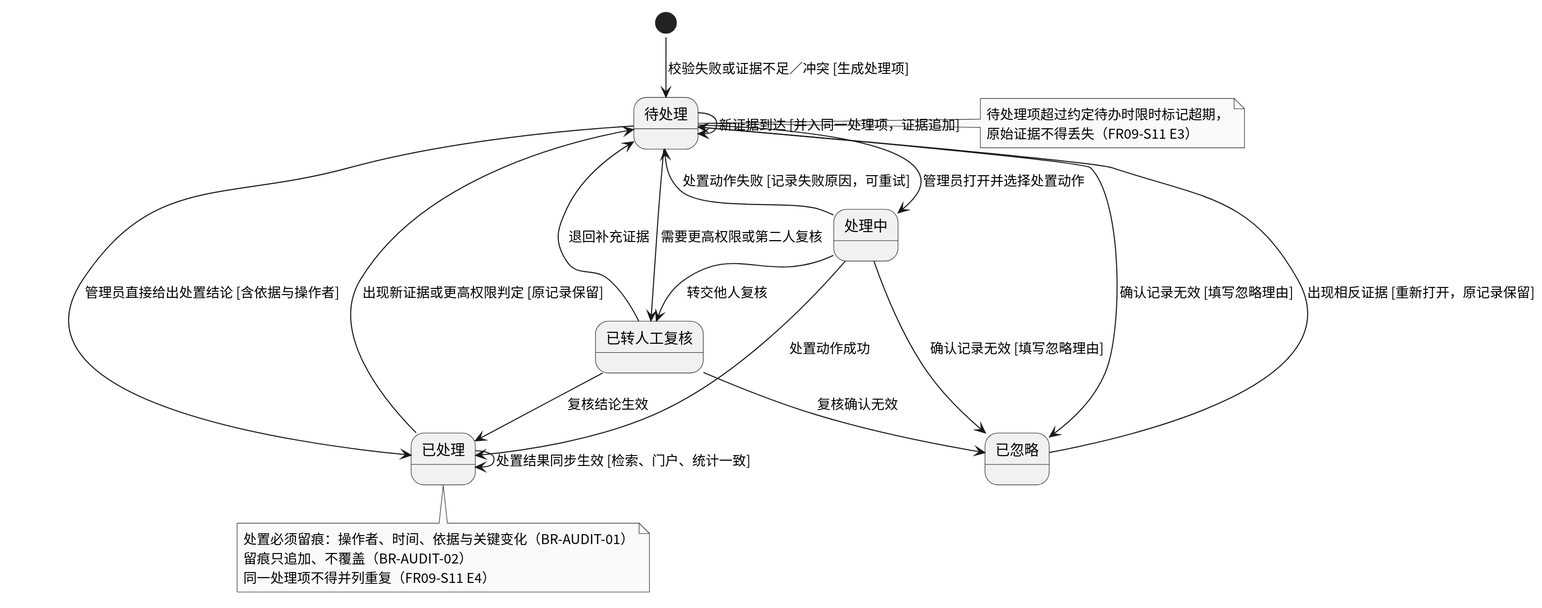
The PlantUML diagram docs/uml/governance/generated/governance-exception-state.svg in CognitaNexus/CognitaNexus, before a commit.
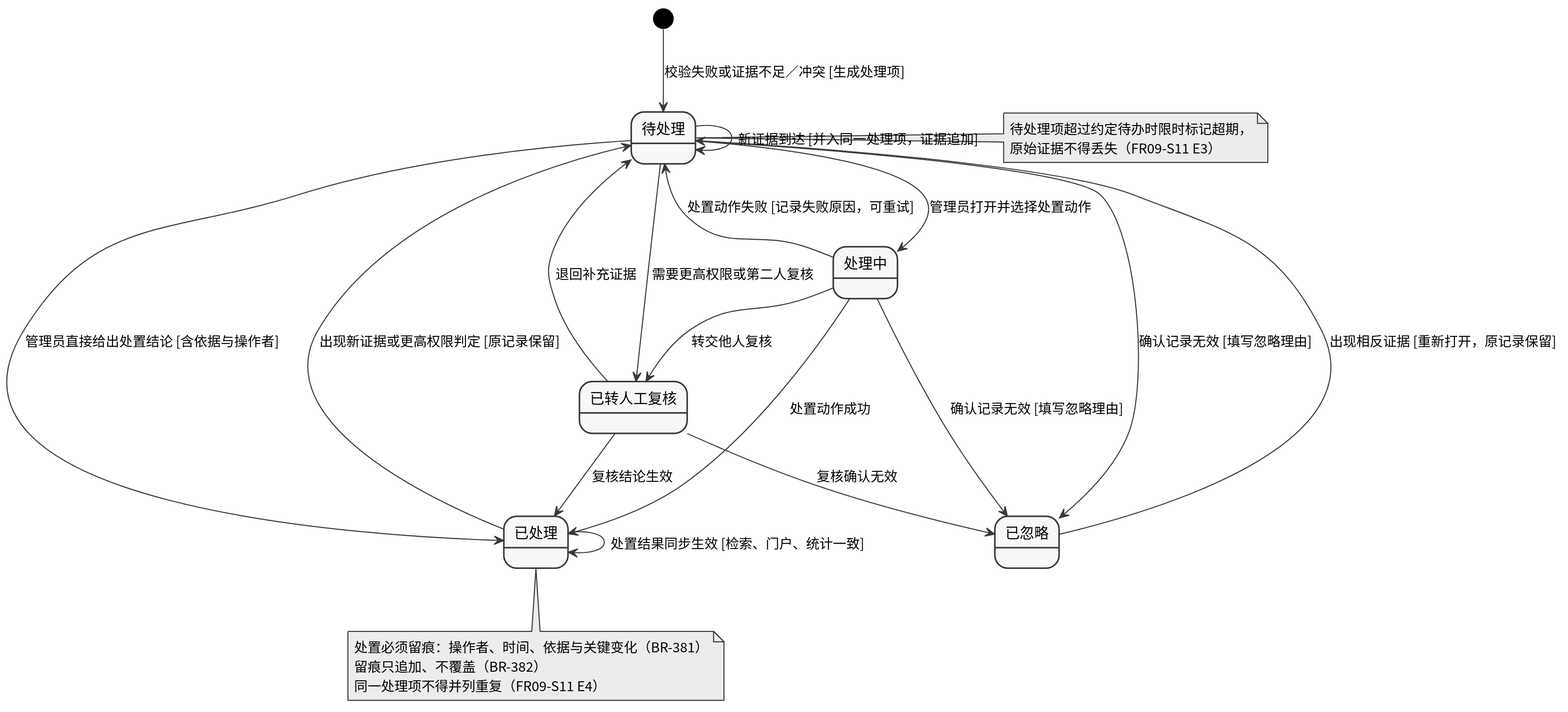
The same file after the commit.

What changed in the source:
```diff
@@ -34,8 +34,8 @@
 end note
 
 note bottom of 已处理
-  处置必须留痕：操作者、时间、依据与关键变化（BR-AUDIT-01）
-  留痕只追加、不覆盖（BR-AUDIT-02）
+  处置必须留痕：操作者、时间、依据与关键变化（BR-381）
+  留痕只追加、不覆盖（BR-382）
   同一处理项不得并列重复（FR09-S11 E4）
 end note
 @enduml
```
